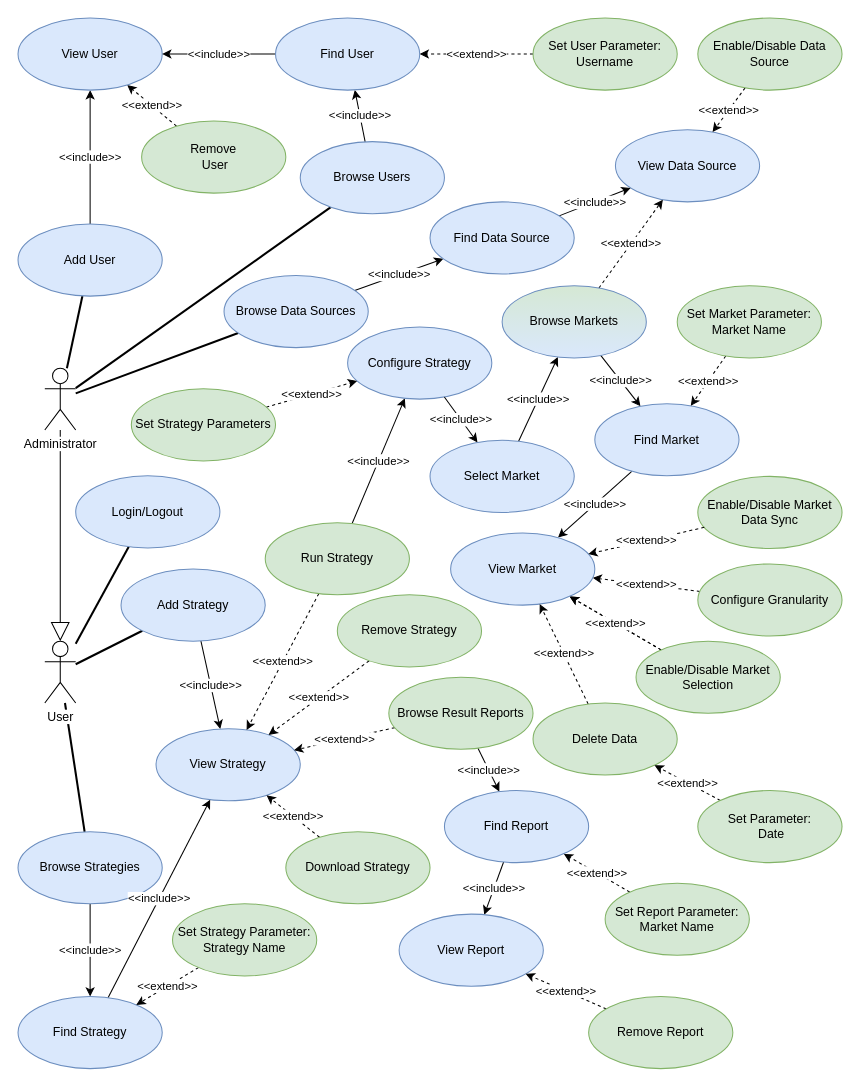
The draw.io diagram drawio/usecases.drawio in nferrante1/lsmsd2, before the edit. Source tidied: cells renumbered, new cells numbered last; positions are measured from the earlier drawing's top-left corner, leaving out a move shared by most shapes. Both pictures are drawn from the tidied source at 103%, with x=0, y=0 at pixel (18, 18).
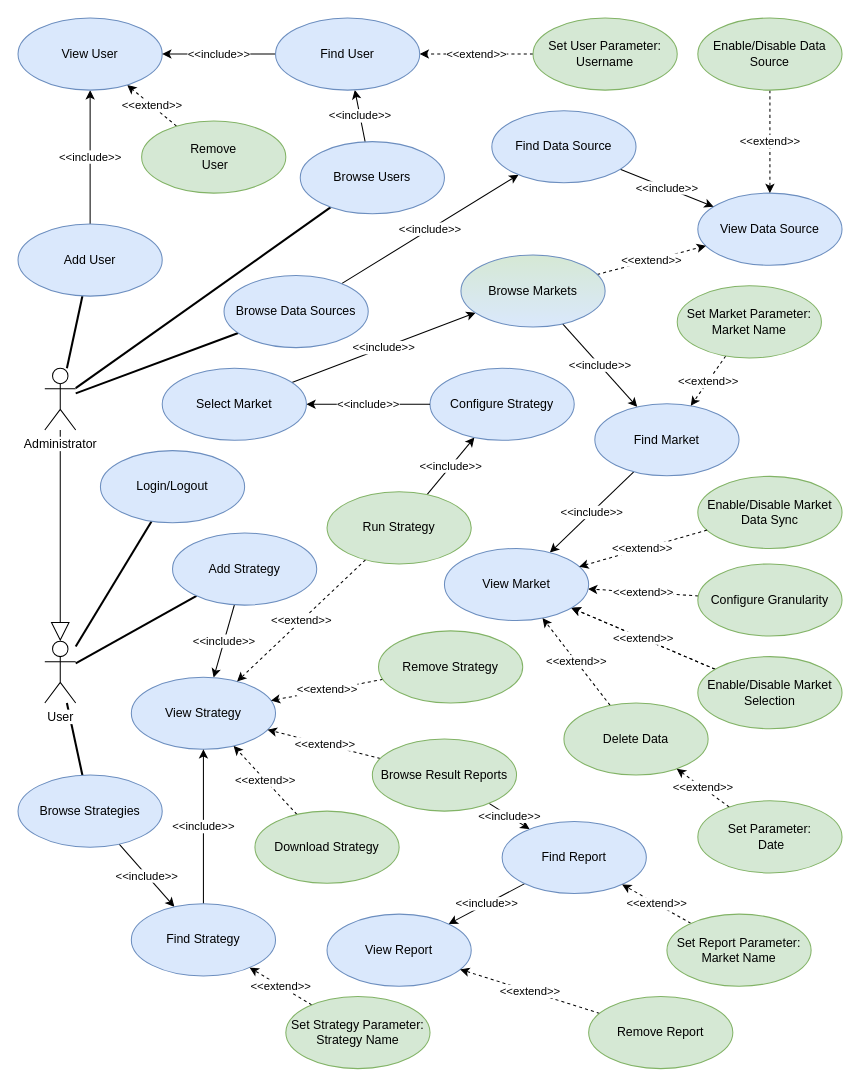
The same diagram, later.

Commit message:
Remove Set Strategy Parameters use case

Change to the diagram source:
```diff
@@
     <mxCell id="9" value="View Data Source" style="ellipse;whiteSpace=wrap;html=1;fillColor=#dae8fc;strokeColor=#6c8ebf;" parent="1" vertex="1">
-      <mxGeometry x="580" y="108.5" width="140" height="70" as="geometry" />
+      <mxGeometry x="660" y="170" width="140" height="70" as="geometry" />
     </mxCell>
@@
     <mxCell id="23" value="Find Data Source" style="ellipse;whiteSpace=wrap;html=1;fillColor=#dae8fc;strokeColor=#6c8ebf;" parent="1" vertex="1">
-      <mxGeometry x="400" y="178.5" width="140" height="70" as="geometry" />
+      <mxGeometry x="460" y="90" width="140" height="70" as="geometry" />
     </mxCell>
@@
     <mxCell id="34" value="View Market" style="ellipse;whiteSpace=wrap;html=1;fillColor=#dae8fc;strokeColor=#6c8ebf;" parent="1" vertex="1">
-      <mxGeometry x="420" y="500" width="140" height="70" as="geometry" />
+      <mxGeometry x="414" y="515" width="140" height="70" as="geometry" />
     </mxCell>
@@
     <mxCell id="39" value="Login/Logout" style="ellipse;whiteSpace=wrap;html=1;fillColor=#dae8fc;strokeColor=#6c8ebf;" parent="1" vertex="1">
-      <mxGeometry x="56" y="444.5" width="140" height="70" as="geometry" />
+      <mxGeometry x="80" y="420" width="140" height="70" as="geometry" />
     </mxCell>
@@
     <mxCell id="41" value="Add Strategy" style="ellipse;whiteSpace=wrap;html=1;fillColor=#dae8fc;strokeColor=#6c8ebf;" parent="1" vertex="1">
-      <mxGeometry x="100" y="535" width="140" height="70" as="geometry" />
+      <mxGeometry x="150" y="500" width="140" height="70" as="geometry" />
     </mxCell>
     <mxCell id="42" value="View Strategy" style="ellipse;whiteSpace=wrap;html=1;fillColor=#dae8fc;strokeColor=#6c8ebf;" parent="1" vertex="1">
-      <mxGeometry x="134" y="690" width="140" height="70" as="geometry" />
+      <mxGeometry x="110" y="640" width="140" height="70" as="geometry" />
     </mxCell>
@@
     <mxCell id="44" value="Browse Strategies" style="ellipse;whiteSpace=wrap;html=1;fillColor=#dae8fc;strokeColor=#6c8ebf;" parent="1" vertex="1">
-      <mxGeometry y="790" width="140" height="70" as="geometry" />
+      <mxGeometry y="735" width="140" height="70" as="geometry" />
     </mxCell>
@@
     <mxCell id="46" value="Find Strategy" style="ellipse;whiteSpace=wrap;html=1;fillColor=#dae8fc;strokeColor=#6c8ebf;" parent="1" vertex="1">
-      <mxGeometry y="950" width="140" height="70" as="geometry" />
+      <mxGeometry x="110" y="860" width="140" height="70" as="geometry" />
     </mxCell>
@@
     <mxCell id="48" value="Set Strategy Parameter: Strategy Name" style="ellipse;whiteSpace=wrap;html=1;fillColor=#d5e8d4;strokeColor=#82b366;" parent="1" vertex="1">
-      <mxGeometry x="150" y="860" width="140" height="70" as="geometry" />
+      <mxGeometry x="260" y="950" width="140" height="70" as="geometry" />
     </mxCell>
@@
     <mxCell id="51" value="Run Strategy" style="ellipse;whiteSpace=wrap;html=1;fillColor=#d5e8d4;strokeColor=#82b366;" parent="1" vertex="1">
-      <mxGeometry x="240" y="490" width="140" height="70" as="geometry" />
+      <mxGeometry x="300" y="460" width="140" height="70" as="geometry" />
     </mxCell>
@@
     <mxCell id="54" value="Browse Result Reports" style="ellipse;whiteSpace=wrap;html=1;fillColor=#d5e8d4;strokeColor=#82b366;" parent="1" vertex="1">
-      <mxGeometry x="360" y="640" width="140" height="70" as="geometry" />
+      <mxGeometry x="344" y="700" width="140" height="70" as="geometry" />
     </mxCell>
@@
     <mxCell id="56" value="Configure Strategy" style="ellipse;whiteSpace=wrap;html=1;fillColor=#dae8fc;strokeColor=#6c8ebf;" parent="1" vertex="1">
-      <mxGeometry x="320" y="300" width="140" height="70" as="geometry" />
+      <mxGeometry x="400" y="340" width="140" height="70" as="geometry" />
     </mxCell>
-    <mxCell id="57" value="&amp;lt;&amp;lt;extend&amp;gt;&amp;gt;" style="edgeStyle=none;rounded=0;jettySize=auto;html=1;dashed=1;endArrow=classic;endFill=1;" parent="1" edge="1" source="58" target="56">
-      <mxGeometry relative="1" as="geometry" />
-    </mxCell>
-    <mxCell id="58" value="Set Strategy Parameters" style="ellipse;whiteSpace=wrap;html=1;fillColor=#d5e8d4;strokeColor=#82b366;" parent="1" vertex="1">
-      <mxGeometry x="110" y="360" width="140" height="70" as="geometry" />
-    </mxCell>
@@
     <mxCell id="60" value="Remove Strategy" style="ellipse;whiteSpace=wrap;html=1;fillColor=#d5e8d4;strokeColor=#82b366;" parent="1" vertex="1">
-      <mxGeometry x="310" y="560" width="140" height="70" as="geometry" />
+      <mxGeometry x="350" y="595" width="140" height="70" as="geometry" />
     </mxCell>
@@
     <mxCell id="62" value="Find Report" style="ellipse;whiteSpace=wrap;html=1;fillColor=#dae8fc;strokeColor=#6c8ebf;" parent="1" vertex="1">
-      <mxGeometry x="414" y="750" width="140" height="70" as="geometry" />
+      <mxGeometry x="470" y="780" width="140" height="70" as="geometry" />
     </mxCell>
     <mxCell id="63" value="View Report" style="ellipse;whiteSpace=wrap;html=1;fillColor=#dae8fc;strokeColor=#6c8ebf;" parent="1" vertex="1">
-      <mxGeometry x="370" y="870" width="140" height="70" as="geometry" />
+      <mxGeometry x="300" y="870" width="140" height="70" as="geometry" />
     </mxCell>
@@
     <mxCell id="65" value="Set Report Parameter: Market Name" style="ellipse;whiteSpace=wrap;html=1;fillColor=#d5e8d4;strokeColor=#82b366;" parent="1" vertex="1">
-      <mxGeometry x="570" y="840" width="140" height="70" as="geometry" />
+      <mxGeometry x="630" y="870" width="140" height="70" as="geometry" />
     </mxCell>
@@
     <mxCell id="67" value="Browse Markets" style="ellipse;whiteSpace=wrap;html=1;fillColor=#dae8fc;strokeColor=#6c8ebf;gradientDirection=north;gradientColor=#D5E8D4;" parent="1" vertex="1">
-      <mxGeometry x="470" y="260" width="140" height="70" as="geometry" />
+      <mxGeometry x="430" y="230" width="140" height="70" as="geometry" />
     </mxCell>
     <mxCell id="68" value="Select Market" style="ellipse;whiteSpace=wrap;html=1;fillColor=#dae8fc;strokeColor=#6c8ebf;" parent="1" vertex="1">
-      <mxGeometry x="400" y="410" width="140" height="70" as="geometry" />
+      <mxGeometry x="140" y="340" width="140" height="70" as="geometry" />
     </mxCell>
@@
     <mxCell id="71" value="Download Strategy" style="ellipse;whiteSpace=wrap;html=1;fillColor=#d5e8d4;strokeColor=#82b366;" parent="1" vertex="1">
-      <mxGeometry x="260" y="790" width="140" height="70" as="geometry" />
+      <mxGeometry x="230" y="770" width="140" height="70" as="geometry" />
     </mxCell>
@@
     <mxCell id="76" value="Delete Data" style="ellipse;whiteSpace=wrap;html=1;fillColor=#d5e8d4;strokeColor=#82b366;" parent="1" vertex="1">
-      <mxGeometry x="500" y="665" width="140" height="70" as="geometry" />
+      <mxGeometry x="530" y="665" width="140" height="70" as="geometry" />
     </mxCell>
@@
     <mxCell id="78" value="Set Parameter:&lt;br&gt;&amp;nbsp;Date" style="ellipse;whiteSpace=wrap;html=1;fillColor=#d5e8d4;strokeColor=#82b366;" parent="1" vertex="1">
-      <mxGeometry x="660" y="750" width="140" height="70" as="geometry" />
+      <mxGeometry x="660" y="760" width="140" height="70" as="geometry" />
     </mxCell>
     <mxCell id="79" value="Enable/Disable Market Selection" style="ellipse;whiteSpace=wrap;html=1;fillColor=#d5e8d4;strokeColor=#82b366;" parent="1" vertex="1">
-      <mxGeometry x="600" y="605" width="140" height="70" as="geometry" />
+      <mxGeometry x="660" y="620" width="140" height="70" as="geometry" />
     </mxCell>
```
